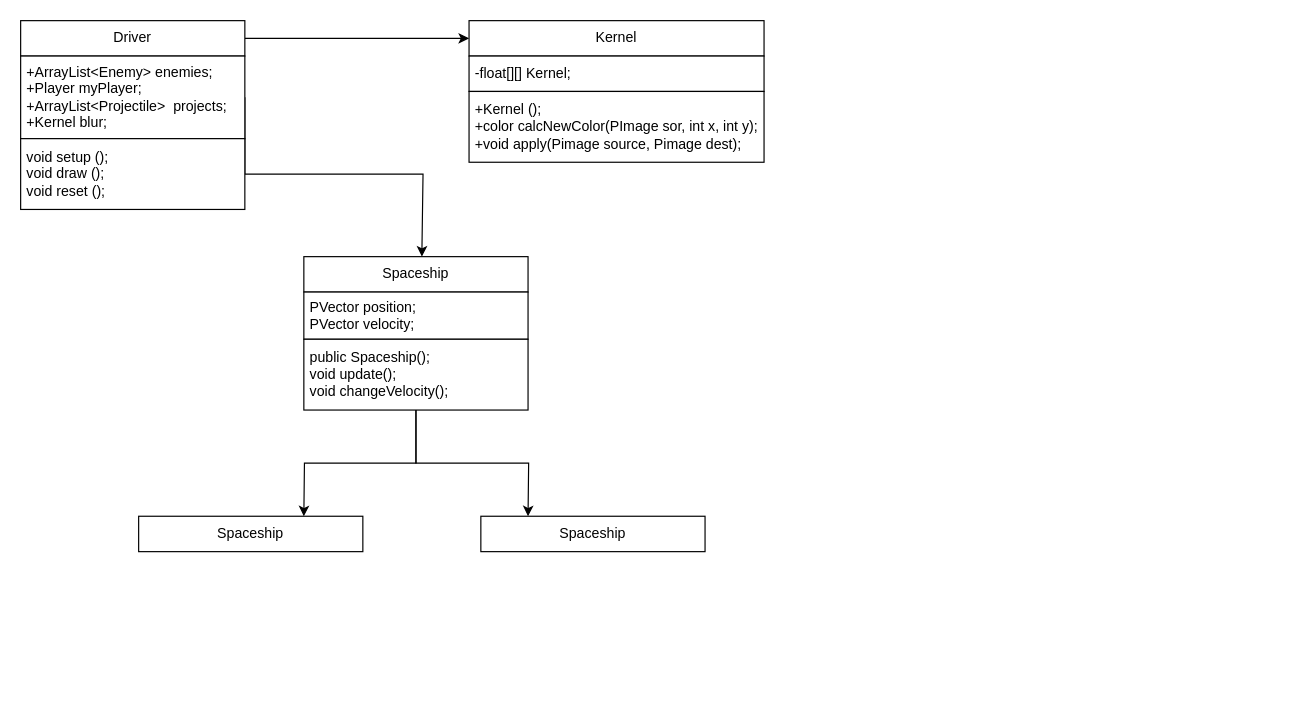
Earlier version of the draw.io diagram Untitled Diagram.drawio (JasxnNg/Final-Project). Source tidied: cells renumbered, new cells numbered last; positions are measured from the earlier drawing's top-left corner, leaving out a move shared by most shapes. Both pictures are drawn from the tidied source at 118%, with x=0, y=0 at pixel (20, 20).
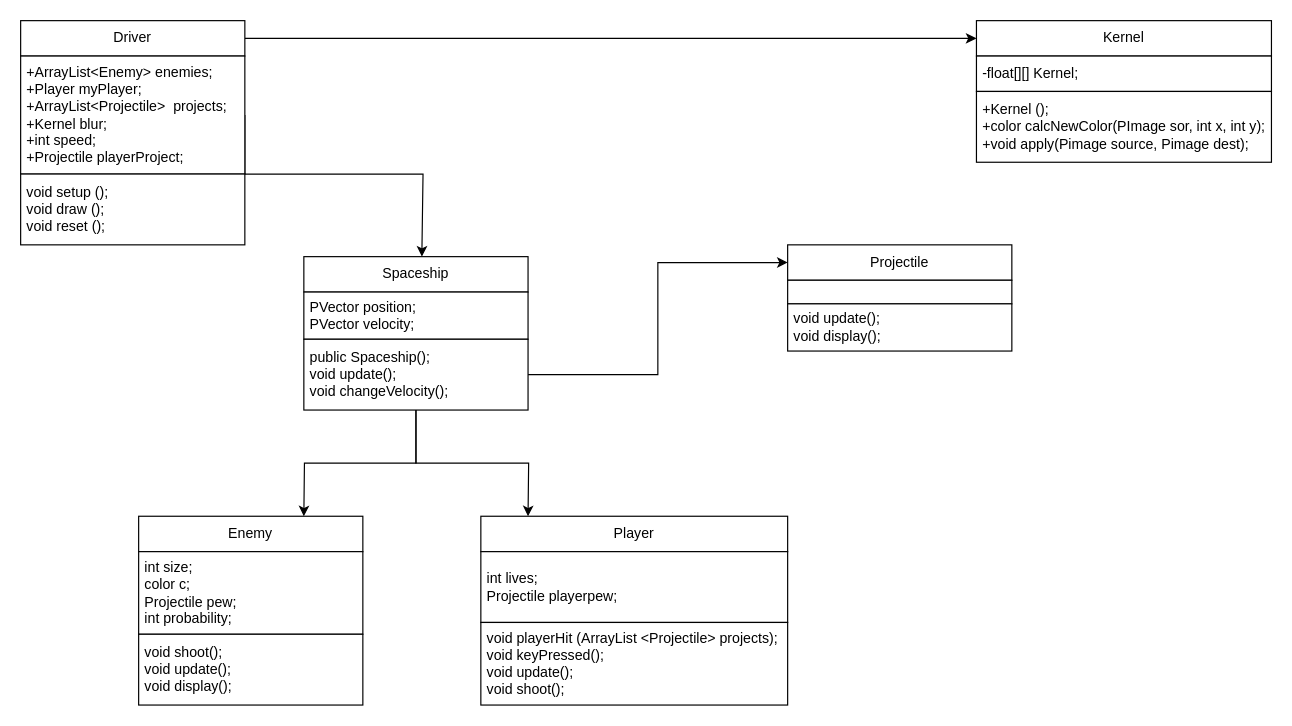
The same page after the edit.

Unchanged cells that the change refers to:
```xml
<mxCell id="3" value="Driver" style="rounded=0;whiteSpace=wrap;html=1;" parent="1" vertex="1">
  <mxGeometry width="190" height="30" as="geometry" />
</mxCell>
<mxCell id="14" value="&amp;nbsp;public Spaceship();&amp;nbsp;&lt;br&gt;&amp;nbsp;void update();&amp;nbsp;&lt;br&gt;&amp;nbsp;void changeVelocity();&amp;nbsp;" style="rounded=0;whiteSpace=wrap;html=1;align=left;" parent="1" vertex="1">
  <mxGeometry x="240" y="270" width="190" height="60" as="geometry" />
</mxCell>
```

Diff of the diagram source:
```diff
@@
-    <mxCell id="2" style="edgeStyle=orthogonalEdgeStyle;rounded=0;jettySize=auto;html=1;" parent="1" edge="1" source="3">
-      <mxGeometry relative="1" as="geometry">
-        <mxPoint x="380" y="15" as="targetPoint" />
-      </mxGeometry>
+    <mxCell id="2" style="edgeStyle=orthogonalEdgeStyle;rounded=0;jettySize=auto;html=1;entryX=0;entryY=0.5;entryDx=0;entryDy=0;" parent="1" edge="1" source="3" target="7">
+      <mxGeometry relative="1" as="geometry" />
     </mxCell>
@@
-    <mxCell id="5" value="&amp;nbsp;+ArrayList&amp;lt;Enemy&amp;gt; enemies;&amp;nbsp;&lt;br&gt;&amp;nbsp;+Player myPlayer;&amp;nbsp;&lt;br&gt;&amp;nbsp;+ArrayList&amp;lt;Projectile&amp;gt;&amp;nbsp; projects;&lt;br&gt;&amp;nbsp;+Kernel blur;&amp;nbsp;&amp;nbsp;" style="rounded=0;whiteSpace=wrap;html=1;align=left;" parent="1" vertex="1">
-      <mxGeometry y="30" width="190" height="70" as="geometry" />
+    <mxCell id="5" value="&amp;nbsp;+ArrayList&amp;lt;Enemy&amp;gt; enemies;&amp;nbsp;&lt;br&gt;&amp;nbsp;+Player myPlayer;&amp;nbsp;&lt;br&gt;&amp;nbsp;+ArrayList&amp;lt;Projectile&amp;gt;&amp;nbsp; projects;&lt;br&gt;&amp;nbsp;+Kernel blur;&amp;nbsp;&amp;nbsp;&lt;br&gt;&amp;nbsp;+int speed;&amp;nbsp;&lt;br&gt;&amp;nbsp;+Projectile playerProject;&amp;nbsp;" style="rounded=0;whiteSpace=wrap;html=1;align=left;" parent="1" vertex="1">
+      <mxGeometry y="30" width="190" height="100" as="geometry" />
     </mxCell>
     <mxCell id="6" value="&amp;nbsp;void setup ();&amp;nbsp;&lt;br&gt;&amp;nbsp;void draw ();&amp;nbsp;&lt;br&gt;&amp;nbsp;void reset ();&amp;nbsp;" style="rounded=0;whiteSpace=wrap;html=1;align=left;" parent="1" vertex="1">
-      <mxGeometry y="100" width="190" height="60" as="geometry" />
+      <mxGeometry y="130" width="190" height="60" as="geometry" />
     </mxCell>
     <mxCell id="7" value="Kernel" style="rounded=0;whiteSpace=wrap;html=1;" parent="1" vertex="1">
-      <mxGeometry x="380" width="250" height="30" as="geometry" />
+      <mxGeometry x="810" width="250" height="30" as="geometry" />
     </mxCell>
     <mxCell id="8" value="&amp;nbsp;-float[][] Kernel;" style="rounded=0;whiteSpace=wrap;html=1;align=left;" parent="1" vertex="1">
-      <mxGeometry x="380" y="30" width="250" height="30" as="geometry" />
+      <mxGeometry x="810" y="30" width="250" height="30" as="geometry" />
     </mxCell>
     <mxCell id="9" value="&amp;nbsp;+Kernel ();&lt;br&gt;&amp;nbsp;+color calcNewColor(PImage sor, int x, int y);&amp;nbsp;&lt;br&gt;&amp;nbsp;+void apply(Pimage source, Pimage dest);&amp;nbsp;" style="rounded=0;whiteSpace=wrap;html=1;align=left;" parent="1" vertex="1">
-      <mxGeometry x="380" y="60" width="250" height="60" as="geometry" />
+      <mxGeometry x="810" y="60" width="250" height="60" as="geometry" />
     </mxCell>
@@
+    <mxCell id="17" style="edgeStyle=orthogonalEdgeStyle;rounded=0;jettySize=auto;html=1;entryX=0;entryY=0.5;entryDx=0;entryDy=0;" parent="1" edge="1" source="14" target="20">
+      <mxGeometry relative="1" as="geometry" />
+    </mxCell>
@@
-    <mxCell id="15" value="Spaceship" style="rounded=0;whiteSpace=wrap;html=1;" parent="1" vertex="1">
-      <mxGeometry x="390" y="420" width="190" height="30" as="geometry" />
+    <mxCell id="15" value="Player" style="rounded=0;whiteSpace=wrap;html=1;" parent="1" vertex="1">
+      <mxGeometry x="390" y="420" width="260" height="30" as="geometry" />
     </mxCell>
-    <mxCell id="16" value="Spaceship" style="rounded=0;whiteSpace=wrap;html=1;" parent="1" vertex="1">
+    <mxCell id="16" value="Enemy" style="rounded=0;whiteSpace=wrap;html=1;" parent="1" vertex="1">
       <mxGeometry x="100" y="420" width="190" height="30" as="geometry" />
     </mxCell>
+    <mxCell id="18" value="&amp;nbsp;int size;&amp;nbsp;&lt;br&gt;&amp;nbsp;color c;&amp;nbsp;&lt;br&gt;&amp;nbsp;Projectile pew;&amp;nbsp;&lt;br&gt;&amp;nbsp;int probability;&amp;nbsp;&amp;nbsp;" style="rounded=0;whiteSpace=wrap;html=1;align=left;" parent="1" vertex="1">
+      <mxGeometry x="100" y="450" width="190" height="70" as="geometry" />
+    </mxCell>
+    <mxCell id="19" value="&amp;nbsp;int lives;&amp;nbsp;&lt;br&gt;&amp;nbsp;Projectile playerpew;&amp;nbsp;" style="rounded=0;whiteSpace=wrap;html=1;align=left;" parent="1" vertex="1">
+      <mxGeometry x="390" y="450" width="260" height="60" as="geometry" />
+    </mxCell>
+    <mxCell id="20" value="Projectile" style="rounded=0;whiteSpace=wrap;html=1;" parent="1" vertex="1">
+      <mxGeometry x="650" y="190" width="190" height="30" as="geometry" />
+    </mxCell>
+    <mxCell id="21" value="&amp;nbsp;void shoot();&amp;nbsp;&lt;br&gt;&amp;nbsp;void update();&amp;nbsp;&lt;br&gt;&amp;nbsp;void display();&amp;nbsp;" style="rounded=0;whiteSpace=wrap;html=1;align=left;" parent="1" vertex="1">
+      <mxGeometry x="100" y="520" width="190" height="60" as="geometry" />
+    </mxCell>
+    <mxCell id="22" value="&amp;nbsp;void playerHit (ArrayList &amp;lt;Projectile&amp;gt; projects);&lt;br&gt;&amp;nbsp;void keyPressed();&amp;nbsp;&lt;br&gt;&amp;nbsp;void update();&amp;nbsp;&lt;br&gt;&amp;nbsp;void shoot();&amp;nbsp;" style="rounded=0;whiteSpace=wrap;html=1;align=left;" parent="1" vertex="1">
+      <mxGeometry x="390" y="510" width="260" height="70" as="geometry" />
+    </mxCell>
+    <mxCell id="23" style="rounded=0;whiteSpace=wrap;html=1;align=left;" parent="1" vertex="1">
+      <mxGeometry x="650" y="220" width="190" height="20" as="geometry" />
+    </mxCell>
+    <mxCell id="24" value="&amp;nbsp;void update();&amp;nbsp;&lt;br&gt;&amp;nbsp;void display();&amp;nbsp;" style="rounded=0;whiteSpace=wrap;html=1;align=left;" parent="1" vertex="1">
+      <mxGeometry x="650" y="240" width="190" height="40" as="geometry" />
+    </mxCell>
```
